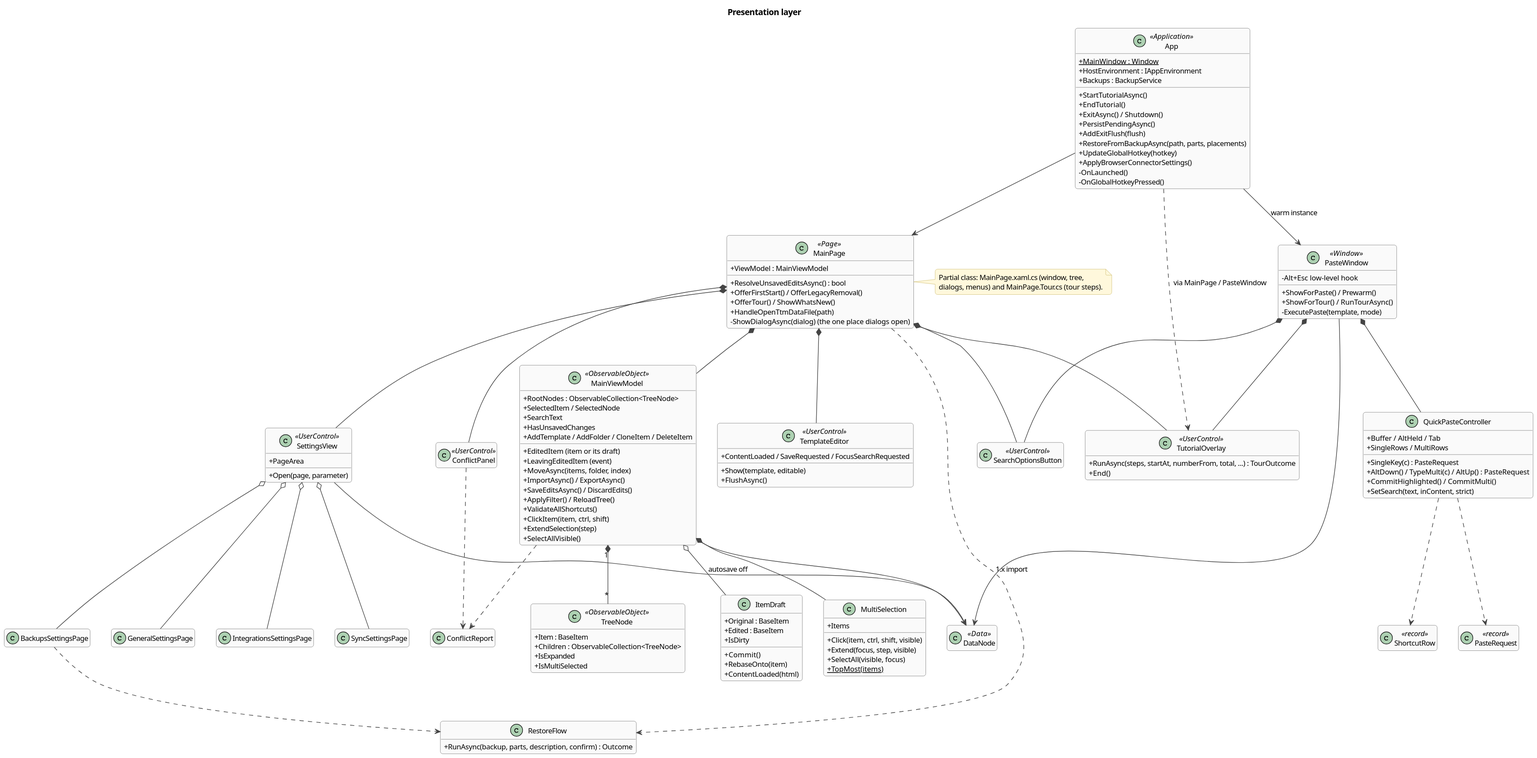
Earlier version of the PlantUML export docs/architecture/diagrams/class-ui.svg (halatsWol/TextTemplateManager-v2). Source of this version:
```plantuml
@startuml
!include _style.iuml
title Presentation layer

class App <<Application>> {
  +{static} MainWindow : Window
  +HostEnvironment : IAppEnvironment
  +Backups : BackupService
  +StartTutorialAsync()
  +EndTutorial()
  +ExitAsync() / Shutdown()
  +PersistPendingAsync()
  +AddExitFlush(flush)
  +RestoreFromBackupAsync(path, parts, placements)
  +UpdateGlobalHotkey(hotkey)
  +ApplyBrowserConnectorSettings()
  -OnLaunched()
  -OnGlobalHotkeyPressed()
}

class MainPage <<Page>> {
  +ViewModel : MainViewModel
  +ResolveUnsavedEditsAsync() : bool
  +OfferFirstStart() / OfferLegacyRemoval()
  +OfferTour() / ShowWhatsNew()
  +HandleOpenTtmDataFile(path)
  -ShowDialogAsync(dialog)  (the one place dialogs open)
}
note right of MainPage
  Partial class: MainPage.xaml.cs (window, tree,
  dialogs, menus) and MainPage.Tour.cs (tour steps).
end note

class MainViewModel <<ObservableObject>> {
  +RootNodes : ObservableCollection<TreeNode>
  +SelectedItem / SelectedNode
  +EditedItem  (item or its draft)
  +SearchText
  +HasUnsavedChanges
  +LeavingEditedItem (event)
  +AddTemplate / AddFolder / CloneItem / DeleteItem
  +MoveAsync(items, folder, index)
  +ImportAsync() / ExportAsync()
  +SaveEditsAsync() / DiscardEdits()
  +ApplyFilter() / ReloadTree()
  +ValidateAllShortcuts()
  +ClickItem(item, ctrl, shift)
  +ExtendSelection(step)
  +SelectAllVisible()
}
class TreeNode <<ObservableObject>> {
  +Item : BaseItem
  +Children : ObservableCollection<TreeNode>
  +IsExpanded
  +IsMultiSelected
}
class ItemDraft {
  +Original : BaseItem
  +Edited : BaseItem
  +IsDirty
  +Commit()
  +RebaseOnto(item)
  +ContentLoaded(html)
}
class MultiSelection {
  +Items
  +Click(item, ctrl, shift, visible)
  +Extend(focus, step, visible)
  +SelectAll(visible, focus)
  +{static} TopMost(items)
}
class ConflictReport
class ConflictPanel <<UserControl>>
class TemplateEditor <<UserControl>> {
  +Show(template, editable)
  +FlushAsync()
  +ContentLoaded / SaveRequested / FocusSearchRequested
}
class SettingsView <<UserControl>> {
  +Open(page, parameter)
  +PageArea
}
class GeneralSettingsPage
class IntegrationsSettingsPage
class SyncSettingsPage
class BackupsSettingsPage
class RestoreFlow {
  +RunAsync(backup, parts, description, confirm) : Outcome
}
class SearchOptionsButton <<UserControl>>
class TutorialOverlay <<UserControl>> {
  +RunAsync(steps, startAt, numberFrom, total, ...) : TourOutcome
  +End()
}

class PasteWindow <<Window>> {
  +ShowForPaste() / Prewarm()
  +ShowForTour() / RunTourAsync()
  -ExecutePaste(template, mode)
  -Alt+Esc low-level hook
}
class QuickPasteController {
  +Buffer / AltHeld / Tab
  +SingleRows / MultiRows
  +SingleKey(c) : PasteRequest
  +AltDown() / TypeMulti(c) / AltUp() : PasteRequest
  +CommitHighlighted() / CommitMulti()
  +SetSearch(text, inContent, strict)
}
class ShortcutRow <<record>>
class PasteRequest <<record>>

App --> MainPage
App --> PasteWindow : warm instance
App ..> TutorialOverlay : via MainPage / PasteWindow
MainPage *-- MainViewModel
MainPage *-- TemplateEditor
MainPage *-- SettingsView
MainPage *-- ConflictPanel
MainPage *-- SearchOptionsButton
MainPage *-- TutorialOverlay
MainViewModel "1" *-- "*" TreeNode
MainViewModel o-- ItemDraft : autosave off
MainViewModel *-- MultiSelection
MainViewModel ..> ConflictReport
ConflictPanel ..> ConflictReport
SettingsView o-- GeneralSettingsPage
SettingsView o-- IntegrationsSettingsPage
SettingsView o-- SyncSettingsPage
SettingsView o-- BackupsSettingsPage
BackupsSettingsPage ..> RestoreFlow
MainPage ..> RestoreFlow : 1.x import
PasteWindow *-- QuickPasteController
PasteWindow *-- SearchOptionsButton
PasteWindow *-- TutorialOverlay
QuickPasteController ..> ShortcutRow
QuickPasteController ..> PasteRequest

class DataNode <<Data>>
MainViewModel --> DataNode
PasteWindow --> DataNode
SettingsView --> DataNode
@enduml
```
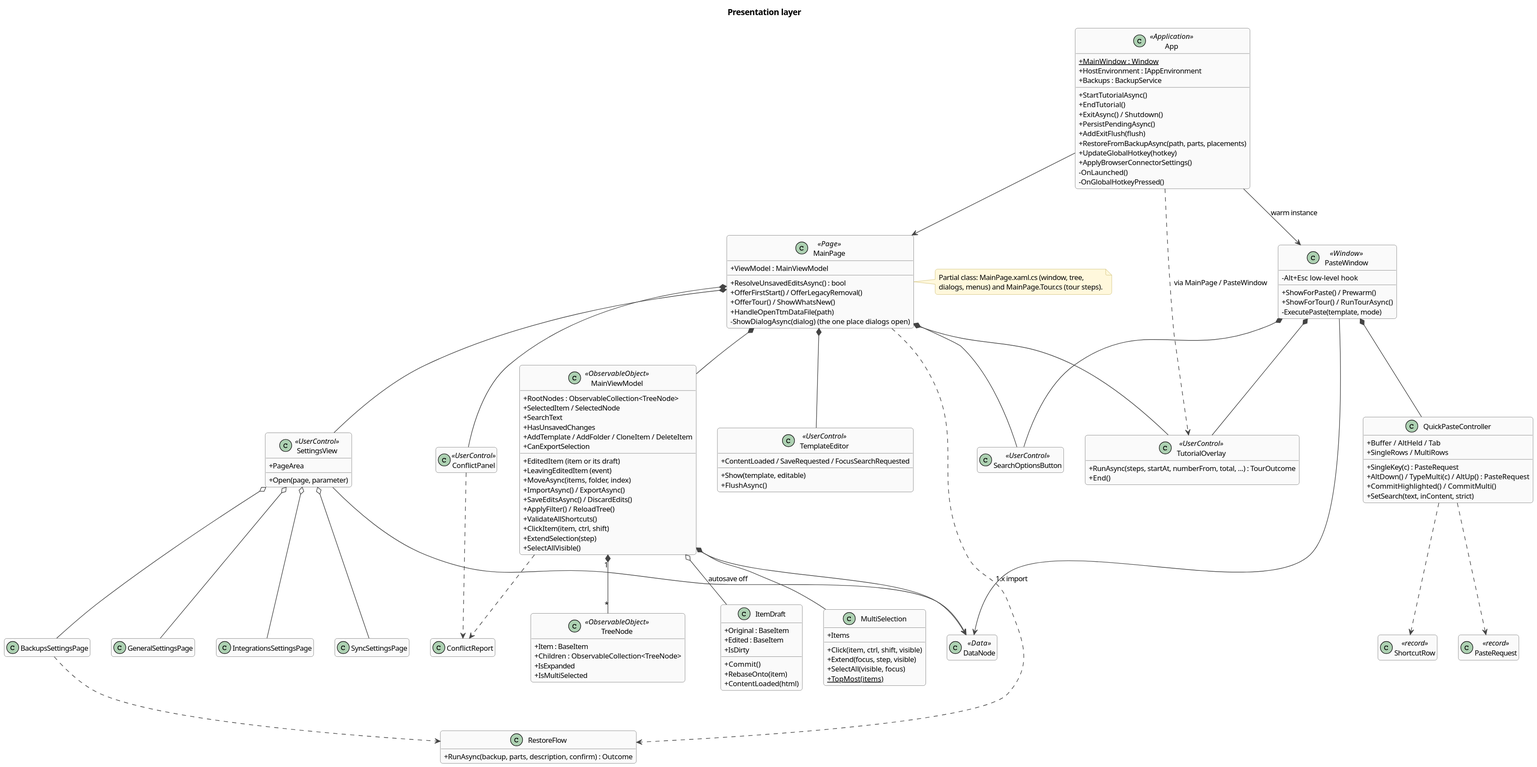
After the commit.

What changed in the source:
```diff
@@ -41,6 +41,7 @@
   +AddTemplate / AddFolder / CloneItem / DeleteItem
   +MoveAsync(items, folder, index)
   +ImportAsync() / ExportAsync()
+  +CanExportSelection
   +SaveEditsAsync() / DiscardEdits()
   +ApplyFilter() / ReloadTree()
   +ValidateAllShortcuts()
```
